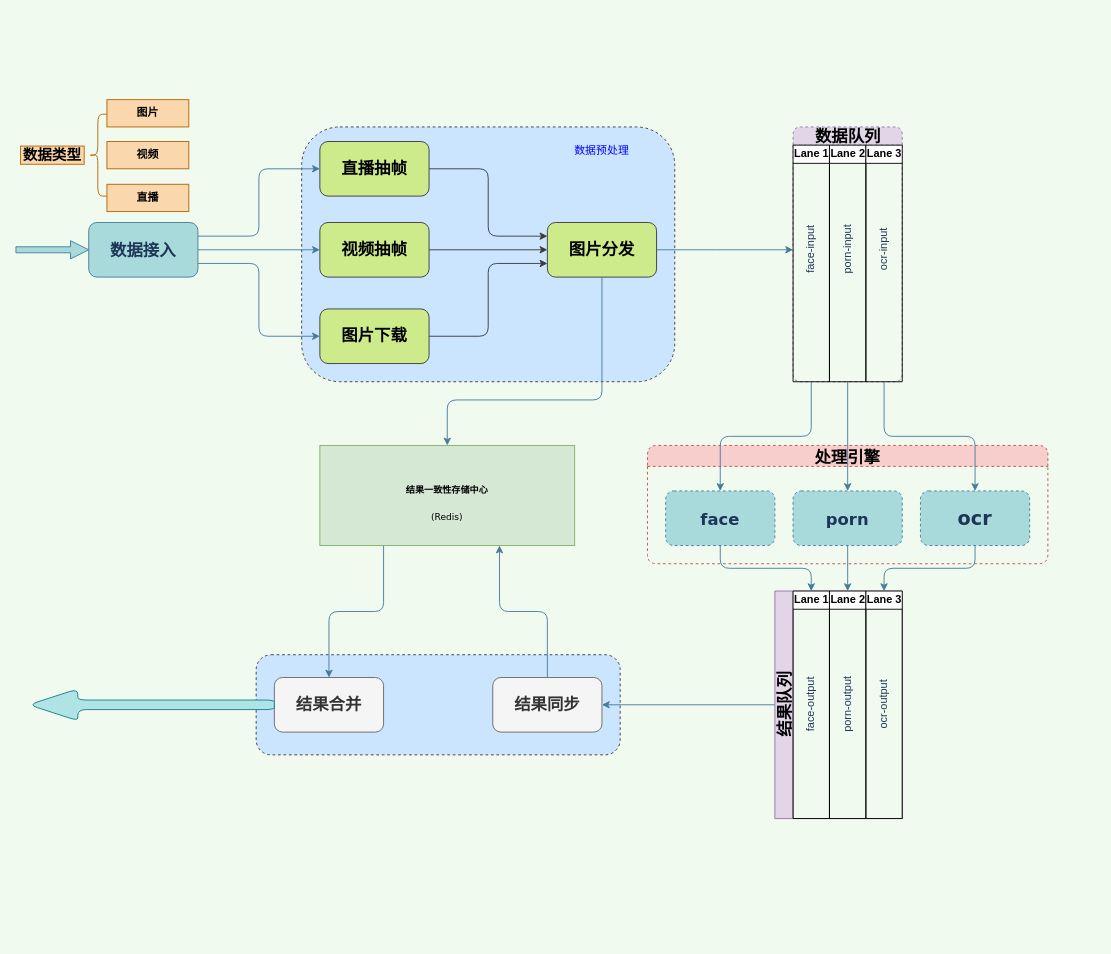
This is engine_system/engine_system_architecture.drawio from xwzj01ht/diagrams, a draw.io file, before an edit. Source tidied: cells renumbered, new cells numbered last; positions are measured from the earlier drawing's top-left corner, leaving out a move shared by most shapes. Both pictures are drawn from the tidied source at 91%, with x=0, y=0 at pixel (15, 99).
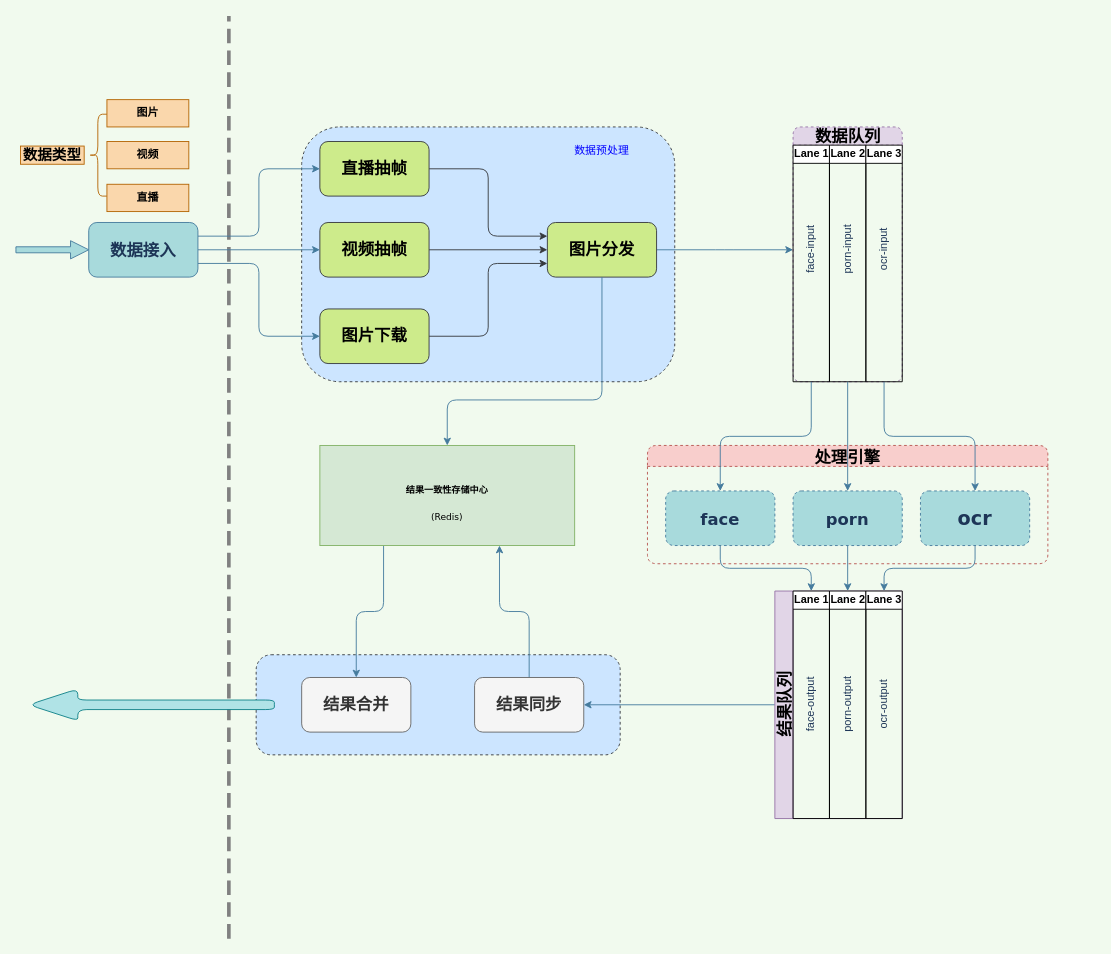
After the change.

The edit, as a diff of the source:
```diff
@@
+    <mxCell id="55" style="shape=partialRectangle;whiteSpace=wrap;html=1;right=0;top=0;bottom=0;fillColor=none;routingCenterX=-0.5;rounded=1;dashed=1;strokeColor=#808080;strokeWidth=4;" parent="1" vertex="1">
+      <mxGeometry x="234" y="-90" width="950" height="1010" as="geometry" />
+    </mxCell>
@@
     <mxCell id="52" value="&lt;h3 style=&quot;font-size: 18px&quot;&gt;&lt;font face=&quot;Verdana&quot;&gt;结果同步&lt;/font&gt;&lt;/h3&gt;" style="rounded=1;whiteSpace=wrap;html=1;strokeColor=#666666;strokeWidth=1;fillColor=#f5f5f5;fontColor=#333333;" parent="1" vertex="1">
-      <mxGeometry x="524" y="635" width="120" height="60" as="geometry" />
+      <mxGeometry x="504" y="635" width="120" height="60" as="geometry" />
     </mxCell>
     <mxCell id="53" value="&lt;h3 style=&quot;font-size: 18px&quot;&gt;&lt;font face=&quot;Verdana&quot;&gt;结果合并&lt;/font&gt;&lt;/h3&gt;" style="rounded=1;whiteSpace=wrap;html=1;strokeColor=#666666;strokeWidth=1;fillColor=#f5f5f5;fontColor=#333333;" parent="1" vertex="1">
-      <mxGeometry x="284" y="635" width="120" height="60" as="geometry" />
+      <mxGeometry x="314" y="635" width="120" height="60" as="geometry" />
     </mxCell>
```
